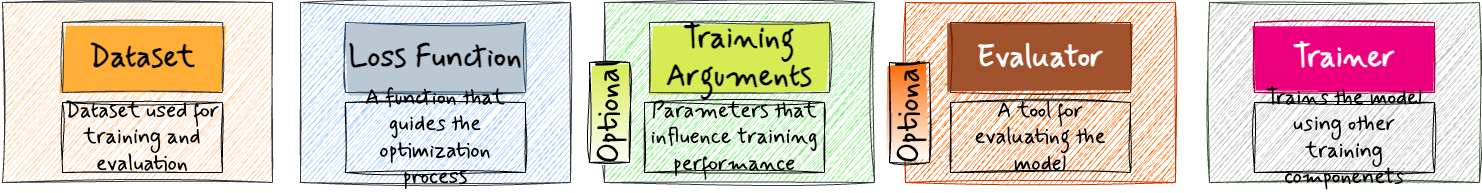
Earlier version of the draw.io export imgs/Sentence Transformer Training.png (SepKeyPro/genAI). Source tidied: cells renumbered, new cells last; positions are measured from the earlier drawing's top-left corner, leaving out a move shared by most shapes.
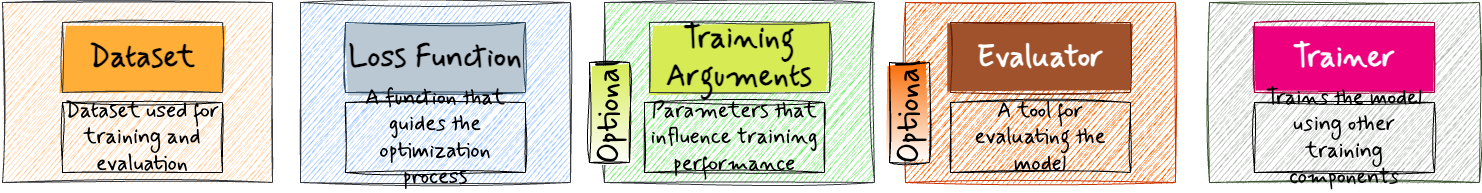
The same file after the commit.

What changed in the source:
```diff
@@ -44,7 +44,7 @@
     <mxCell id="15" value="&lt;b style=&quot;font-family: Mynerve;&quot;&gt;&lt;font style=&quot;font-size: 31px;&quot;&gt;Trainer&lt;/font&gt;&lt;/b&gt;" style="rounded=0;whiteSpace=wrap;html=1;fillColor=#ED007E;fillStyle=solid;sketch=1;curveFitting=1;jiggle=2;strokeColor=#A50040;fontColor=#ffffff;" parent="1" vertex="1">
       <mxGeometry x="1252" y="20" width="180" height="70" as="geometry" />
     </mxCell>
-    <mxCell id="16" value="&lt;font style=&quot;font-size: 22px;&quot; face=&quot;Mynerve&quot;&gt;Trains the model using other training componenets&lt;/font&gt;" style="rounded=0;whiteSpace=wrap;html=1;fillColor=none;sketch=1;curveFitting=1;jiggle=2;fillStyle=solid;" parent="1" vertex="1">
+    <mxCell id="16" value="&lt;font style=&quot;font-size: 22px;&quot; face=&quot;Mynerve&quot;&gt;Trains the model using other training components&lt;/font&gt;" style="rounded=0;whiteSpace=wrap;html=1;fillColor=none;sketch=1;curveFitting=1;jiggle=2;fillStyle=solid;" parent="1" vertex="1">
       <mxGeometry x="1252" y="100" width="180" height="70" as="geometry" />
     </mxCell>
     <mxCell id="17" value="&lt;font style=&quot;font-size: 31px;&quot; face=&quot;Mynerve&quot;&gt;Optional&lt;/font&gt;" style="rounded=0;whiteSpace=wrap;html=1;sketch=1;curveFitting=1;jiggle=2;gradientColor=#D7EB55;gradientDirection=east;rotation=-90;" parent="1" vertex="1">
```
